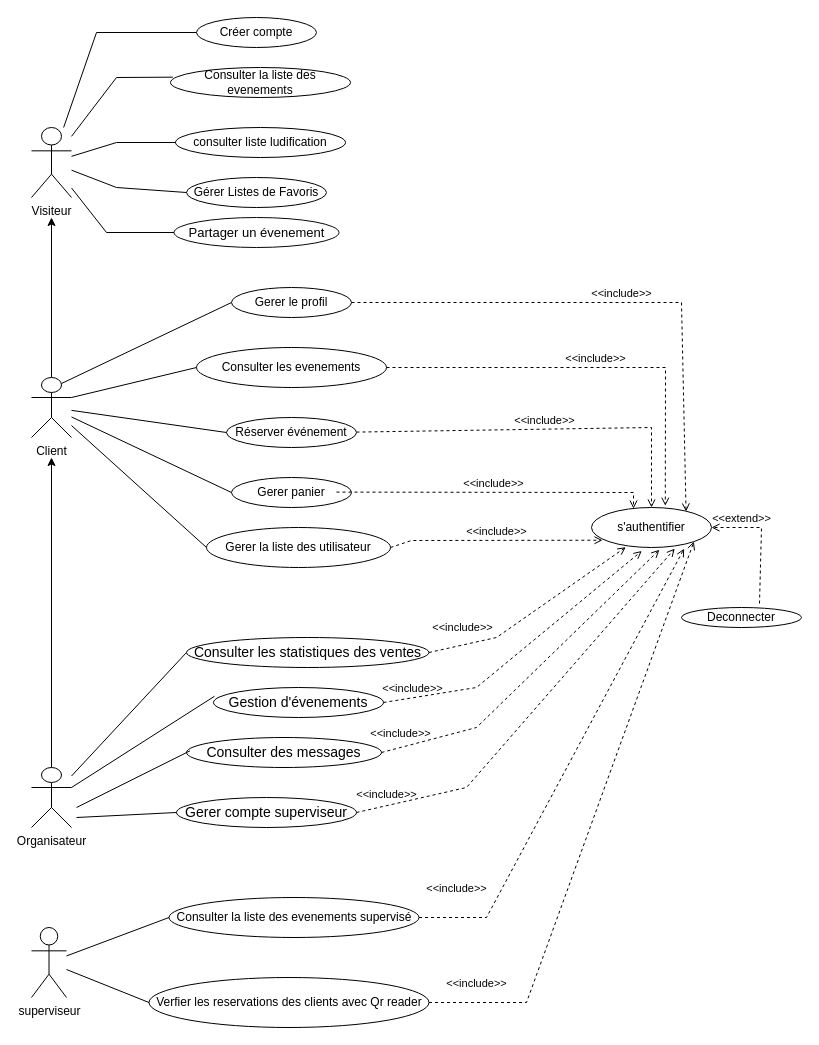
Above: Diagram de cas utilisation/genreal.drawio in mohamedimem/event- (draw.io), before the change. Source tidied: cells renumbered, new cells numbered last; positions are measured from the earlier drawing's top-left corner, leaving out a move shared by most shapes. Both pictures are drawn from the tidied source at 100%, with x=0, y=0 at pixel (31, 17).
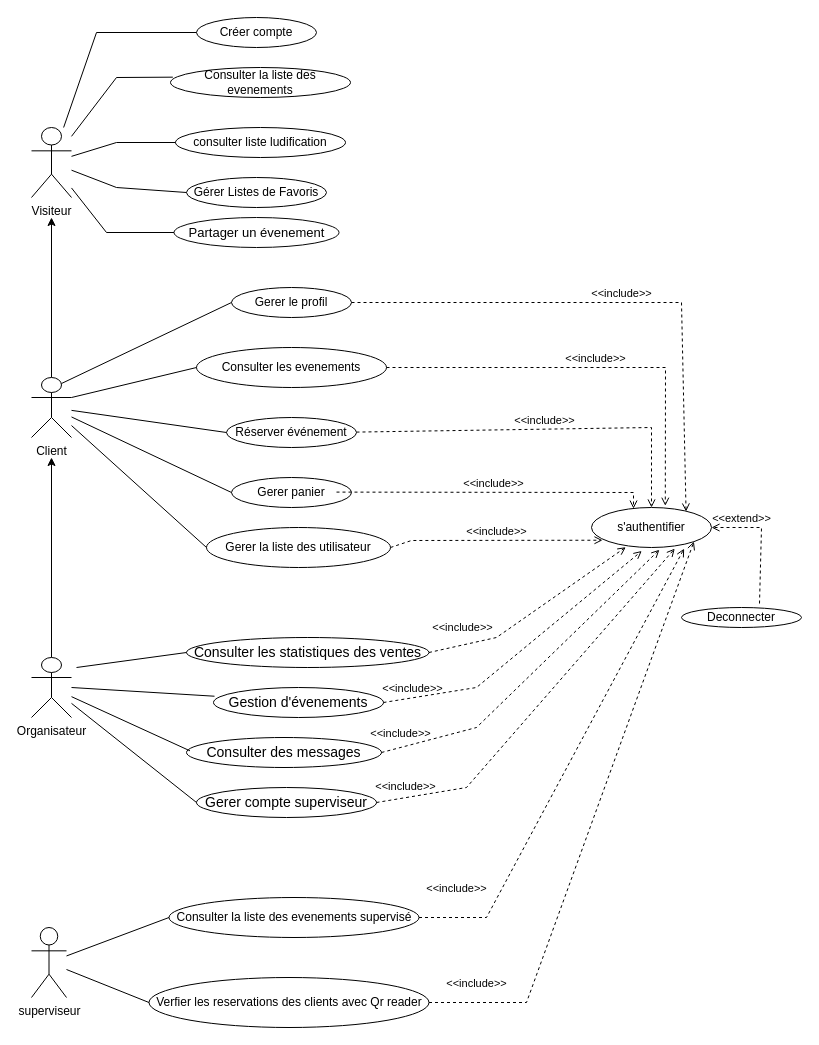
After the change.

Commit message:
Mettre à jour genreal.drawio

Unchanged cells that the change refers to:
```xml
<mxCell id="22" value="&lt;font style=&quot;font-size: 14px;&quot;&gt;Consulter les statistiques des ventes &lt;/font&gt;" style="ellipse;whiteSpace=wrap;html=1;" parent="1" vertex="1">
  <mxGeometry x="155" y="620" width="242.5" height="30" as="geometry" />
</mxCell>
<mxCell id="23" value="&lt;font style=&quot;font-size: 14px;&quot;&gt;Gestion d'évenements&lt;/font&gt;" style="ellipse;whiteSpace=wrap;html=1;" parent="1" vertex="1">
  <mxGeometry x="182" y="670" width="170" height="30" as="geometry" />
</mxCell>
<mxCell id="24" value="&lt;font style=&quot;font-size: 14px;&quot;&gt;Consulter des messages  &lt;/font&gt;" style="ellipse;whiteSpace=wrap;html=1;" parent="1" vertex="1">
  <mxGeometry x="155" y="720" width="195" height="30" as="geometry" />
</mxCell>
```

What changed in the source:
```diff
@@
     <mxCell id="21" value="&lt;div&gt;Organisateur&lt;/div&gt;&lt;div&gt;&lt;br&gt;&lt;/div&gt;" style="shape=umlActor;verticalLabelPosition=bottom;verticalAlign=top;html=1;outlineConnect=0;" parent="1" vertex="1">
-      <mxGeometry y="750" width="40" height="60" as="geometry" />
+      <mxGeometry y="640" width="40" height="60" as="geometry" />
     </mxCell>
@@
     <mxCell id="25" value="&lt;font style=&quot;font-size: 14px;&quot;&gt;Gerer compte superviseur&lt;/font&gt;" style="ellipse;whiteSpace=wrap;html=1;" parent="1" vertex="1">
-      <mxGeometry x="145" y="780" width="180" height="30" as="geometry" />
+      <mxGeometry x="165" y="770" width="180" height="30" as="geometry" />
     </mxCell>
-    <mxCell id="26" style="endArrow=none;html=1;rounded=0;entryX=0.006;entryY=0.291;entryDx=0;entryDy=0;entryPerimeter=0;exitX=1;exitY=0.3333333333333333;exitDx=0;exitDy=0;exitPerimeter=0;" parent="1" edge="1" source="21" target="23">
-      <mxGeometry relative="1" as="geometry" />
+    <mxCell id="26" style="endArrow=none;html=1;rounded=0;entryX=0.006;entryY=0.291;entryDx=0;entryDy=0;entryPerimeter=0;" parent="1" edge="1" target="23">
+      <mxGeometry relative="1" as="geometry">
+        <mxPoint x="40" y="670" as="sourcePoint" />
+      </mxGeometry>
     </mxCell>
-    <mxCell id="27" style="endArrow=none;html=1;rounded=0;entryX=0;entryY=0.5;entryDx=0;entryDy=0;" parent="1" edge="1" source="21" target="22">
-      <mxGeometry relative="1" as="geometry" />
+    <mxCell id="27" style="endArrow=none;html=1;rounded=0;entryX=0;entryY=0.5;entryDx=0;entryDy=0;" parent="1" edge="1" target="22">
+      <mxGeometry relative="1" as="geometry">
+        <mxPoint x="45" y="650" as="sourcePoint" />
+      </mxGeometry>
     </mxCell>
-    <mxCell id="28" style="endArrow=none;html=1;rounded=0;entryX=0.018;entryY=0.445;entryDx=0;entryDy=0;entryPerimeter=0;" parent="1" edge="1" target="24">
-      <mxGeometry relative="1" as="geometry">
-        <mxPoint x="45" y="790" as="sourcePoint" />
-      </mxGeometry>
+    <mxCell id="28" style="endArrow=none;html=1;rounded=0;entryX=0.018;entryY=0.445;entryDx=0;entryDy=0;entryPerimeter=0;" parent="1" edge="1" source="21" target="24">
+      <mxGeometry relative="1" as="geometry" />
     </mxCell>
-    <mxCell id="29" style="endArrow=none;html=1;rounded=0;entryX=0;entryY=0.5;entryDx=0;entryDy=0;" parent="1" edge="1" target="25">
-      <mxGeometry relative="1" as="geometry">
-        <mxPoint x="45" y="800" as="sourcePoint" />
-      </mxGeometry>
+    <mxCell id="29" style="endArrow=none;html=1;rounded=0;entryX=0;entryY=0.5;entryDx=0;entryDy=0;" parent="1" edge="1" source="21" target="25">
+      <mxGeometry relative="1" as="geometry" />
     </mxCell>
```
